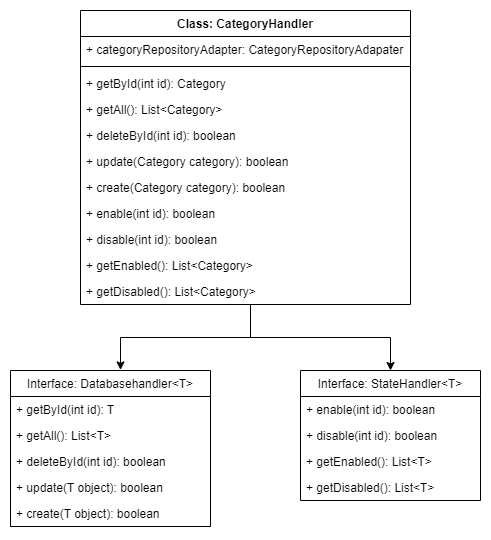
The draw.io diagram file/Diagramme/SRP-1.png in Nilsksk/Costtracker, before a commit. Source tidied: cells renumbered, new cells last; positions are measured from the earlier drawing's top-left corner, leaving out a move shared by most shapes. Its diagram source:
```xml
<mxGraphModel>
  <root>
    <mxCell id="0" />
    <mxCell id="1" parent="0" />
    <mxCell id="2" style="edgeStyle=orthogonalEdgeStyle;rounded=0;jettySize=auto;html=1;entryX=0.55;entryY=-0.004;entryDx=0;entryDy=0;entryPerimeter=0;" parent="1" edge="1" source="4" target="16">
      <mxGeometry relative="1" as="geometry">
        <Array as="points">
          <mxPoint x="240" y="327" />
          <mxPoint x="110" y="327" />
        </Array>
      </mxGeometry>
    </mxCell>
    <mxCell id="3" style="edgeStyle=orthogonalEdgeStyle;rounded=0;jettySize=auto;html=1;entryX=0.5;entryY=0;entryDx=0;entryDy=0;" parent="1" edge="1" source="4" target="22">
      <mxGeometry relative="1" as="geometry">
        <Array as="points">
          <mxPoint x="240" y="327" />
          <mxPoint x="380" y="327" />
        </Array>
      </mxGeometry>
    </mxCell>
    <mxCell id="4" value="Class: CategoryHandler" style="swimlane;fontStyle=1;align=center;verticalAlign=top;horizontal=1;startSize=26;" parent="1" vertex="1">
      <mxGeometry x="70" width="330" height="294" as="geometry" />
    </mxCell>
    <mxCell id="5" value="+ categoryRepositoryAdapter: CategoryRepositoryAdapater" style="text;strokeColor=none;fillColor=none;align=left;verticalAlign=top;spacingLeft=4;spacingRight=4;overflow=hidden;" parent="4" vertex="1">
      <mxGeometry y="26" width="330" height="26" as="geometry" />
    </mxCell>
    <mxCell id="6" style="line;strokeWidth=1;fillColor=none;align=left;verticalAlign=middle;spacingTop=-1;spacingLeft=3;spacingRight=3;labelPosition=right;" parent="4" vertex="1">
      <mxGeometry y="52" width="330" height="8" as="geometry" />
    </mxCell>
    <mxCell id="7" value="+ getById(int id): Category" style="text;strokeColor=none;fillColor=none;align=left;verticalAlign=top;spacingLeft=4;spacingRight=4;overflow=hidden;" parent="4" vertex="1">
      <mxGeometry y="60" width="330" height="26" as="geometry" />
    </mxCell>
    <mxCell id="8" value="+ getAll(): List&lt;Category&gt;" style="text;strokeColor=none;fillColor=none;align=left;verticalAlign=top;spacingLeft=4;spacingRight=4;overflow=hidden;" parent="4" vertex="1">
      <mxGeometry y="86" width="330" height="26" as="geometry" />
    </mxCell>
    <mxCell id="9" value="+ deleteById(int id): boolean" style="text;strokeColor=none;fillColor=none;align=left;verticalAlign=top;spacingLeft=4;spacingRight=4;overflow=hidden;" parent="4" vertex="1">
      <mxGeometry y="112" width="330" height="26" as="geometry" />
    </mxCell>
    <mxCell id="10" value="+ update(Category category): boolean" style="text;strokeColor=none;fillColor=none;align=left;verticalAlign=top;spacingLeft=4;spacingRight=4;overflow=hidden;" parent="4" vertex="1">
      <mxGeometry y="138" width="330" height="26" as="geometry" />
    </mxCell>
    <mxCell id="11" value="+ create(Category category): boolean" style="text;strokeColor=none;fillColor=none;align=left;verticalAlign=top;spacingLeft=4;spacingRight=4;overflow=hidden;" parent="4" vertex="1">
      <mxGeometry y="164" width="330" height="26" as="geometry" />
    </mxCell>
    <mxCell id="12" value="+ enable(int id): boolean" style="text;strokeColor=none;fillColor=none;align=left;verticalAlign=top;spacingLeft=4;spacingRight=4;overflow=hidden;" parent="4" vertex="1">
      <mxGeometry y="190" width="330" height="26" as="geometry" />
    </mxCell>
    <mxCell id="13" value="+ disable(int id): boolean" style="text;strokeColor=none;fillColor=none;align=left;verticalAlign=top;spacingLeft=4;spacingRight=4;overflow=hidden;" parent="4" vertex="1">
      <mxGeometry y="216" width="330" height="26" as="geometry" />
    </mxCell>
    <mxCell id="14" value="+ getEnabled(): List&lt;Category&gt;" style="text;strokeColor=none;fillColor=none;align=left;verticalAlign=top;spacingLeft=4;spacingRight=4;overflow=hidden;" parent="4" vertex="1">
      <mxGeometry y="242" width="330" height="26" as="geometry" />
    </mxCell>
    <mxCell id="15" value="+ getDisabled(): List&lt;Category&gt;" style="text;strokeColor=none;fillColor=none;align=left;verticalAlign=top;spacingLeft=4;spacingRight=4;overflow=hidden;" parent="4" vertex="1">
      <mxGeometry y="268" width="330" height="26" as="geometry" />
    </mxCell>
    <mxCell id="16" value="Interface: Databasehandler&lt;T&gt;" style="swimlane;fontStyle=0;horizontal=1;startSize=26;fillColor=none;" parent="1" vertex="1">
      <mxGeometry y="360" width="200" height="156" as="geometry" />
    </mxCell>
    <mxCell id="17" value="+ getById(int id): T" style="text;strokeColor=none;fillColor=none;align=left;verticalAlign=top;spacingLeft=4;spacingRight=4;overflow=hidden;" parent="16" vertex="1">
      <mxGeometry y="26" width="200" height="26" as="geometry" />
    </mxCell>
    <mxCell id="18" value="+ getAll(): List&lt;T&gt;" style="text;strokeColor=none;fillColor=none;align=left;verticalAlign=top;spacingLeft=4;spacingRight=4;overflow=hidden;" parent="16" vertex="1">
      <mxGeometry y="52" width="200" height="26" as="geometry" />
    </mxCell>
    <mxCell id="19" value="+ deleteById(int id): boolean" style="text;strokeColor=none;fillColor=none;align=left;verticalAlign=top;spacingLeft=4;spacingRight=4;overflow=hidden;" parent="16" vertex="1">
      <mxGeometry y="78" width="200" height="26" as="geometry" />
    </mxCell>
    <mxCell id="20" value="+ update(T object): boolean" style="text;strokeColor=none;fillColor=none;align=left;verticalAlign=top;spacingLeft=4;spacingRight=4;overflow=hidden;" parent="16" vertex="1">
      <mxGeometry y="104" width="200" height="26" as="geometry" />
    </mxCell>
    <mxCell id="21" value="+ create(T object): boolean" style="text;strokeColor=none;fillColor=none;align=left;verticalAlign=top;spacingLeft=4;spacingRight=4;overflow=hidden;" parent="16" vertex="1">
      <mxGeometry y="130" width="200" height="26" as="geometry" />
    </mxCell>
    <mxCell id="22" value="Interface: StateHandler&lt;T&gt;" style="swimlane;fontStyle=0;horizontal=1;startSize=26;fillColor=none;" parent="1" vertex="1">
      <mxGeometry x="290" y="360" width="180" height="130" as="geometry" />
    </mxCell>
    <mxCell id="23" value="+ enable(int id): boolean" style="text;strokeColor=none;fillColor=none;align=left;verticalAlign=top;spacingLeft=4;spacingRight=4;overflow=hidden;" parent="22" vertex="1">
      <mxGeometry y="26" width="180" height="26" as="geometry" />
    </mxCell>
    <mxCell id="24" value="+ disable(int id): boolean" style="text;strokeColor=none;fillColor=none;align=left;verticalAlign=top;spacingLeft=4;spacingRight=4;overflow=hidden;" parent="22" vertex="1">
      <mxGeometry y="52" width="180" height="26" as="geometry" />
    </mxCell>
    <mxCell id="25" value="+ getEnabled(): List&lt;T&gt;" style="text;strokeColor=none;fillColor=none;align=left;verticalAlign=top;spacingLeft=4;spacingRight=4;overflow=hidden;" parent="22" vertex="1">
      <mxGeometry y="78" width="180" height="26" as="geometry" />
    </mxCell>
    <mxCell id="26" value="+ getDisabled(): List&lt;T&gt;" style="text;strokeColor=none;fillColor=none;align=left;verticalAlign=top;spacingLeft=4;spacingRight=4;overflow=hidden;" parent="22" vertex="1">
      <mxGeometry y="104" width="180" height="26" as="geometry" />
    </mxCell>
  </root>
</mxGraphModel>
```
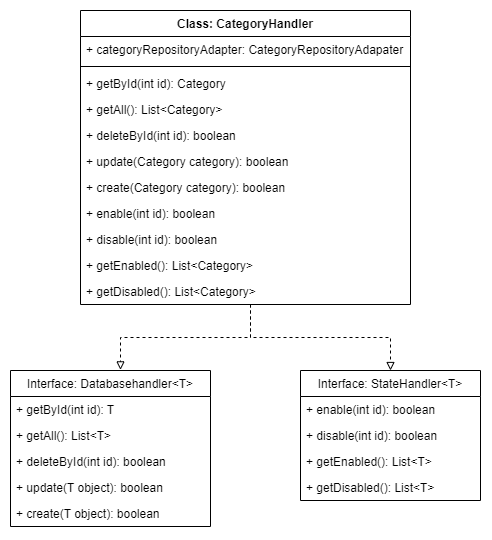
The same diagram one commit later.

Change to the diagram source:
```diff
@@ -2,7 +2,7 @@
   <root>
     <mxCell id="0" />
     <mxCell id="1" parent="0" />
-    <mxCell id="2" style="edgeStyle=orthogonalEdgeStyle;rounded=0;jettySize=auto;html=1;entryX=0.55;entryY=-0.004;entryDx=0;entryDy=0;entryPerimeter=0;" parent="1" edge="1" source="4" target="16">
+    <mxCell id="2" style="edgeStyle=orthogonalEdgeStyle;rounded=0;jettySize=auto;html=1;entryX=0.55;entryY=-0.004;entryDx=0;entryDy=0;entryPerimeter=0;dashed=1;endArrow=block;endFill=0;" parent="1" edge="1" source="4" target="16">
       <mxGeometry relative="1" as="geometry">
         <Array as="points">
           <mxPoint x="240" y="327" />
@@ -10,7 +10,7 @@
         </Array>
       </mxGeometry>
     </mxCell>
-    <mxCell id="3" style="edgeStyle=orthogonalEdgeStyle;rounded=0;jettySize=auto;html=1;entryX=0.5;entryY=0;entryDx=0;entryDy=0;" parent="1" edge="1" source="4" target="22">
+    <mxCell id="3" style="edgeStyle=orthogonalEdgeStyle;rounded=0;jettySize=auto;html=1;entryX=0.5;entryY=0;entryDx=0;entryDy=0;dashed=1;endArrow=block;endFill=0;" parent="1" edge="1" source="4" target="22">
       <mxGeometry relative="1" as="geometry">
         <Array as="points">
           <mxPoint x="240" y="327" />
```
